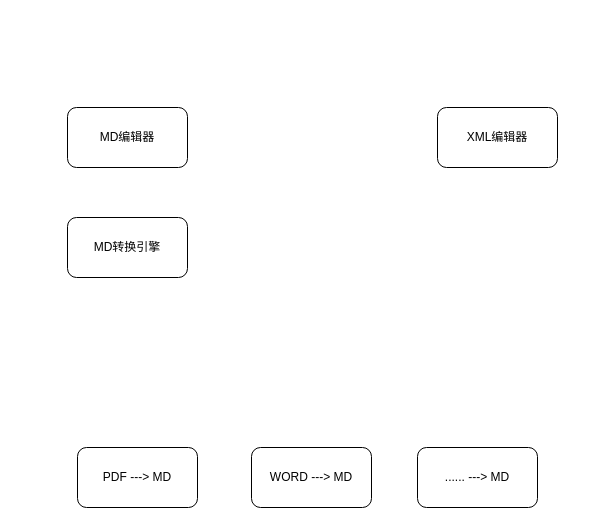
Earlier version of the draw.io diagram 标准数字化项目.drawio (z-cloud-z/draw). Source tidied: cells renumbered, new cells numbered last; positions are measured from the earlier drawing's top-left corner, leaving out a move shared by most shapes. Both pictures are drawn from the tidied source at 100%, with x=0, y=0 at pixel (67, 107).
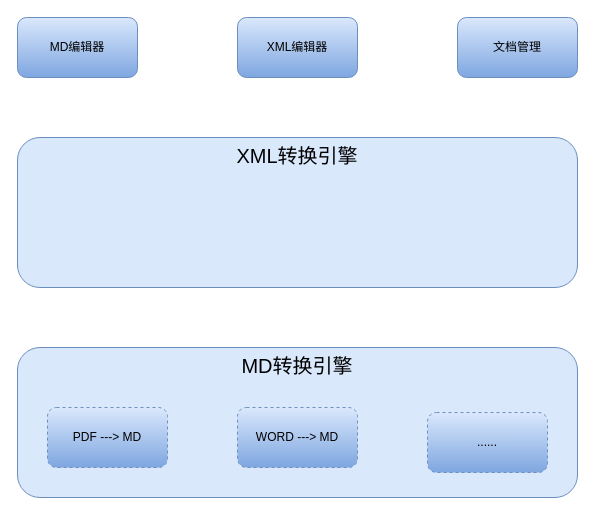
The same diagram, later.

Commit message (it also covers changes not shown here):
更新标准数字化项目.drawio

What changed in the source:
```diff
@@
 <mxGraphModel>
   <root>
     <mxCell id="0" />
     <mxCell id="1" parent="0" />
-    <mxCell id="2" value="MD编辑器" style="rounded=1;whiteSpace=wrap;html=1;" parent="1" vertex="1">
-      <mxGeometry width="120" height="60" as="geometry" />
+    <mxCell id="2" value="MD编辑器" style="rounded=1;whiteSpace=wrap;html=1;fillColor=#dae8fc;gradientColor=#7ea6e0;strokeColor=#6c8ebf;" parent="1" vertex="1">
+      <mxGeometry x="-50" y="-90" width="120" height="60" as="geometry" />
     </mxCell>
-    <mxCell id="3" value="XML编辑器" style="rounded=1;whiteSpace=wrap;html=1;" parent="1" vertex="1">
-      <mxGeometry x="370" width="120" height="60" as="geometry" />
+    <mxCell id="3" value="XML编辑器" style="rounded=1;whiteSpace=wrap;html=1;fillColor=#dae8fc;gradientColor=#7ea6e0;strokeColor=#6c8ebf;" parent="1" vertex="1">
+      <mxGeometry x="170" y="-90" width="120" height="60" as="geometry" />
     </mxCell>
-    <mxCell id="4" value="MD转换引擎" style="rounded=1;whiteSpace=wrap;html=1;" parent="1" vertex="1">
-      <mxGeometry y="110" width="120" height="60" as="geometry" />
+    <mxCell id="4" value="MD转换引擎" style="rounded=1;whiteSpace=wrap;html=1;verticalAlign=top;fontSize=20;fillColor=#dae8fc;strokeColor=#6c8ebf;" parent="1" vertex="1">
+      <mxGeometry x="-50" y="240" width="560" height="150" as="geometry" />
     </mxCell>
-    <mxCell id="5" value="PDF ---&amp;gt; MD" style="rounded=1;whiteSpace=wrap;html=1;" parent="1" vertex="1">
-      <mxGeometry x="10" y="340" width="120" height="60" as="geometry" />
+    <mxCell id="5" value="PDF ---&amp;gt; MD" style="rounded=1;whiteSpace=wrap;html=1;fillColor=#dae8fc;strokeColor=#6c8ebf;gradientColor=#7ea6e0;dashed=1;" parent="1" vertex="1">
+      <mxGeometry x="-20" y="300" width="120" height="60" as="geometry" />
     </mxCell>
-    <mxCell id="6" value="WORD ---&amp;gt; MD" style="rounded=1;whiteSpace=wrap;html=1;" parent="1" vertex="1">
-      <mxGeometry x="184" y="340" width="120" height="60" as="geometry" />
+    <mxCell id="6" value="WORD ---&amp;gt; MD" style="rounded=1;whiteSpace=wrap;html=1;fillColor=#dae8fc;gradientColor=#7ea6e0;strokeColor=#6c8ebf;dashed=1;" parent="1" vertex="1">
+      <mxGeometry x="170" y="300" width="120" height="60" as="geometry" />
     </mxCell>
-    <mxCell id="7" value="...... ---&amp;gt; MD" style="rounded=1;whiteSpace=wrap;html=1;" parent="1" vertex="1">
-      <mxGeometry x="350" y="340" width="120" height="60" as="geometry" />
+    <mxCell id="7" value="......" style="rounded=1;whiteSpace=wrap;html=1;fillColor=#dae8fc;gradientColor=#7ea6e0;strokeColor=#6c8ebf;dashed=1;" parent="1" vertex="1">
+      <mxGeometry x="360" y="305" width="120" height="60" as="geometry" />
     </mxCell>
+    <mxCell id="8" value="文档管理" style="rounded=1;whiteSpace=wrap;html=1;fillColor=#dae8fc;gradientColor=#7ea6e0;strokeColor=#6c8ebf;" parent="1" vertex="1">
+      <mxGeometry x="390" y="-90" width="120" height="60" as="geometry" />
+    </mxCell>
+    <mxCell id="9" value="XML转换引擎" style="rounded=1;whiteSpace=wrap;html=1;verticalAlign=top;fontSize=20;fillColor=#dae8fc;strokeColor=#6c8ebf;" parent="1" vertex="1">
+      <mxGeometry x="-50" y="30" width="560" height="150" as="geometry" />
+    </mxCell>
   </root>
 </mxGraphModel>
```
